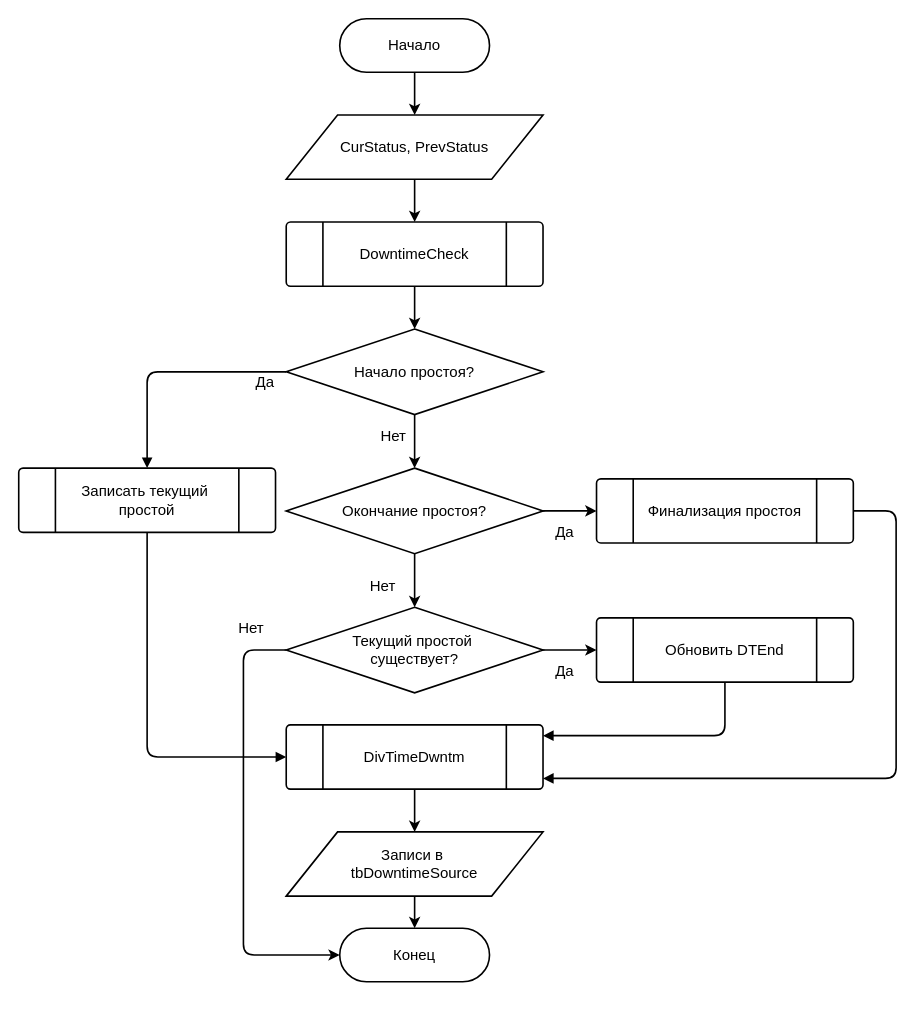
The draw.io diagram page "Page-3" (3 of 21) of diagrams/Untitled Diagram.drawio in KhasanovAMdev/MyDiagrams, before the edit. Source tidied: cells renumbered, new cells numbered last; positions are measured from the earlier drawing's top-left corner, leaving out a move shared by most shapes. Both pictures are drawn from the tidied source at 107%, with x=0, y=0 at pixel (18, 18).
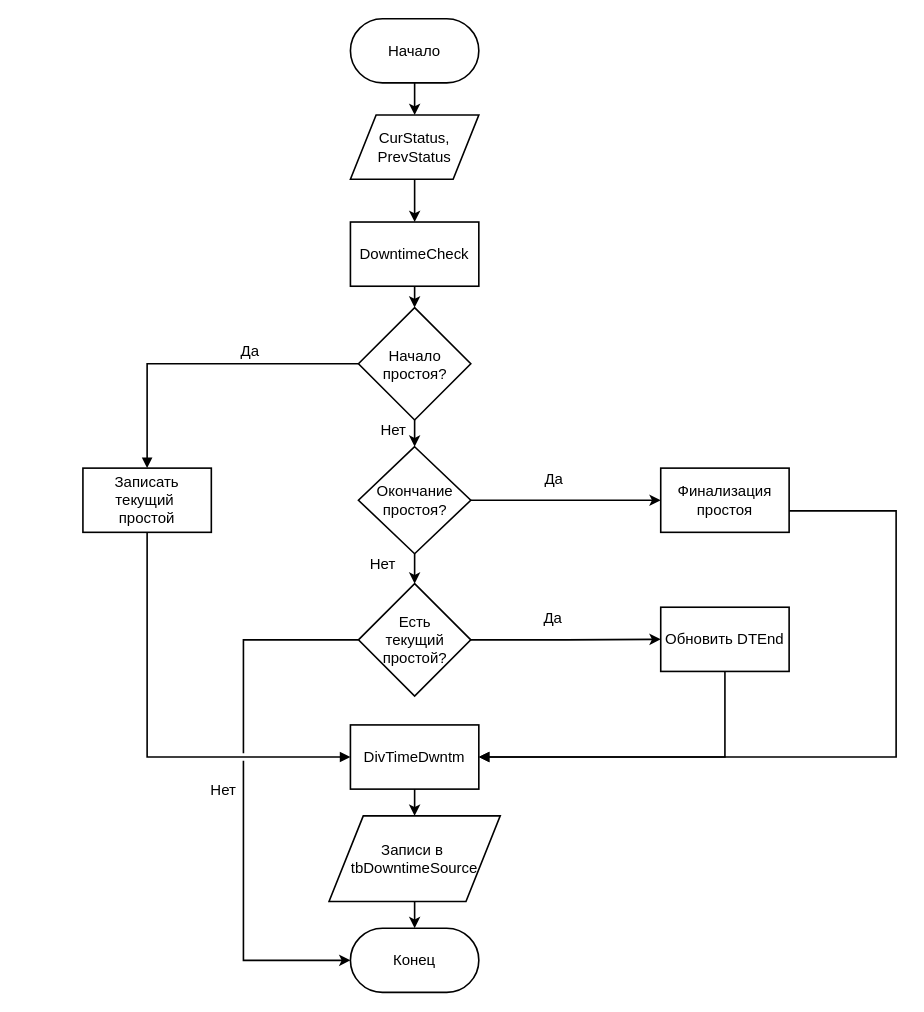
Above is the later version.

Diff of the diagram source:
```diff
@@
     <mxCell id="2" value="Начало" style="rounded=1;whiteSpace=wrap;html=1;arcSize=50;fillColor=#ffffff;strokeColor=#000000;strokeWidth=1.5;fontSize=14;" parent="1" vertex="1">
-      <mxGeometry x="300" width="140" height="50" as="geometry" />
+      <mxGeometry x="310" width="120" height="60" as="geometry" />
     </mxCell>
     <mxCell id="3" value="CurStatus, PrevStatus" style="shape=parallelogram;whiteSpace=wrap;html=1;fillColor=#ffffff;strokeColor=#000000;strokeWidth=1.5;fontSize=14;" parent="1" vertex="1">
-      <mxGeometry x="250" y="90" width="240" height="60" as="geometry" />
+      <mxGeometry x="310" y="90" width="120" height="60" as="geometry" />
     </mxCell>
-    <mxCell id="4" value="DowntimeCheck" style="shape=mxgraph.flowchart.predefined_process;whiteSpace=wrap;html=1;fillColor=#ffffff;strokeColor=#000000;strokeWidth=1.5;fontSize=14;" parent="1" vertex="1">
-      <mxGeometry x="250" y="190" width="240" height="60" as="geometry" />
+    <mxCell id="4" value="DowntimeCheck" style="shape=label;whiteSpace=wrap;html=1;fillColor=#ffffff;strokeColor=#000000;strokeWidth=1.5;fontSize=14;rounded=0;" parent="1" vertex="1">
+      <mxGeometry x="310" y="190" width="120" height="60" as="geometry" />
     </mxCell>
-    <mxCell id="5" value="Начало простоя?" style="rhombus;whiteSpace=wrap;html=1;fillColor=#ffffff;strokeColor=#000000;strokeWidth=1.5;fontSize=14;" parent="1" vertex="1">
-      <mxGeometry x="250" y="290" width="240" height="80" as="geometry" />
+    <mxCell id="5" value="Начало&lt;div&gt;простоя?&lt;/div&gt;" style="rhombus;whiteSpace=wrap;html=1;fillColor=#ffffff;strokeColor=#000000;strokeWidth=1.5;fontSize=14;" parent="1" vertex="1">
+      <mxGeometry x="317.5" y="270" width="105" height="105" as="geometry" />
     </mxCell>
-    <mxCell id="6" value="Записать текущий&amp;nbsp;&lt;div&gt;&lt;span style=&quot;background-color: transparent; color: light-dark(rgb(0, 0, 0), rgb(255, 255, 255));&quot;&gt;простой&lt;/span&gt;&lt;/div&gt;" style="shape=mxgraph.flowchart.predefined_process;whiteSpace=wrap;html=1;fillColor=#ffffff;strokeColor=#000000;strokeWidth=1.5;fontSize=14;" parent="1" vertex="1">
-      <mxGeometry y="420" width="240" height="60" as="geometry" />
+    <mxCell id="6" value="Записать текущий&amp;nbsp;&lt;div&gt;&lt;span style=&quot;background-color: transparent; color: light-dark(rgb(0, 0, 0), rgb(255, 255, 255));&quot;&gt;простой&lt;/span&gt;&lt;/div&gt;" style="shape=label;whiteSpace=wrap;html=1;fillColor=#ffffff;strokeColor=#000000;strokeWidth=1.5;fontSize=14;rounded=0;" parent="1" vertex="1">
+      <mxGeometry x="60" y="420" width="120" height="60" as="geometry" />
     </mxCell>
     <mxCell id="7" value="Окончание простоя?" style="rhombus;whiteSpace=wrap;html=1;fillColor=#ffffff;strokeColor=#000000;strokeWidth=1.5;fontSize=14;" parent="1" vertex="1">
-      <mxGeometry x="250" y="420" width="240" height="80" as="geometry" />
+      <mxGeometry x="317.5" y="400" width="105" height="100" as="geometry" />
     </mxCell>
-    <mxCell id="8" value="Финализация простоя" style="shape=mxgraph.flowchart.predefined_process;whiteSpace=wrap;html=1;fillColor=#ffffff;strokeColor=#000000;strokeWidth=1.5;fontSize=14;" parent="1" vertex="1">
-      <mxGeometry x="540" y="430" width="240" height="60" as="geometry" />
+    <mxCell id="8" value="Финализация простоя" style="shape=label;whiteSpace=wrap;html=1;fillColor=#ffffff;strokeColor=#000000;strokeWidth=1.5;fontSize=14;rounded=0;" parent="1" vertex="1">
+      <mxGeometry x="600" y="420" width="120" height="60" as="geometry" />
     </mxCell>
-    <mxCell id="9" value="Текущий простой&amp;nbsp;&lt;div&gt;существует?&lt;/div&gt;" style="rhombus;whiteSpace=wrap;html=1;fillColor=#ffffff;strokeColor=#000000;strokeWidth=1.5;fontSize=14;" parent="1" vertex="1">
-      <mxGeometry x="250" y="550" width="240" height="80" as="geometry" />
+    <mxCell id="9" value="Есть&lt;div&gt;текущий простой?&lt;/div&gt;" style="rhombus;html=1;fillColor=#ffffff;strokeColor=#000000;strokeWidth=1.5;fontSize=14;whiteSpace=wrap;" parent="1" vertex="1">
+      <mxGeometry x="317.5" y="528" width="105" height="105" as="geometry" />
     </mxCell>
-    <mxCell id="10" value="Обновить DTEnd" style="shape=mxgraph.flowchart.predefined_process;whiteSpace=wrap;html=1;fillColor=#ffffff;strokeColor=#000000;strokeWidth=1.5;fontSize=14;" parent="1" vertex="1">
-      <mxGeometry x="540" y="560" width="240" height="60" as="geometry" />
+    <mxCell id="10" value="Обновить DTEnd" style="shape=label;whiteSpace=wrap;html=1;fillColor=#ffffff;strokeColor=#000000;strokeWidth=1.5;fontSize=14;rounded=0;" parent="1" vertex="1">
+      <mxGeometry x="600" y="550" width="120" height="60" as="geometry" />
     </mxCell>
-    <mxCell id="11" value="DivTimeDwntm" style="shape=mxgraph.flowchart.predefined_process;whiteSpace=wrap;html=1;fillColor=#ffffff;strokeColor=#000000;strokeWidth=1.5;fontSize=14;" parent="1" vertex="1">
-      <mxGeometry x="250" y="660" width="240" height="60" as="geometry" />
+    <mxCell id="11" value="DivTimeDwntm" style="shape=label;whiteSpace=wrap;html=1;fillColor=#ffffff;strokeColor=#000000;strokeWidth=1.5;fontSize=14;rounded=0;" parent="1" vertex="1">
+      <mxGeometry x="310" y="660" width="120" height="60" as="geometry" />
     </mxCell>
     <mxCell id="12" value="Записи в&amp;nbsp;&lt;div&gt;tbDowntimeSource&lt;/div&gt;" style="shape=parallelogram;whiteSpace=wrap;html=1;fillColor=#ffffff;strokeColor=#000000;strokeWidth=1.5;fontSize=14;" parent="1" vertex="1">
-      <mxGeometry x="250" y="760" width="240" height="60" as="geometry" />
+      <mxGeometry x="290" y="745" width="160" height="80" as="geometry" />
     </mxCell>
     <mxCell id="13" value="Конец" style="rounded=1;whiteSpace=wrap;html=1;arcSize=50;fillColor=#ffffff;strokeColor=#000000;strokeWidth=1.5;fontSize=14;" parent="1" vertex="1">
-      <mxGeometry x="300" y="850" width="140" height="50" as="geometry" />
+      <mxGeometry x="310" y="850" width="120" height="60" as="geometry" />
     </mxCell>
-    <mxCell id="14" style="edgeStyle=orthogonalEdgeStyle;html=1;strokeWidth=1.5;endArrow=classic;fontSize=14;endFill=1;" parent="1" edge="1" source="2" target="3">
+    <mxCell id="14" style="edgeStyle=orthogonalEdgeStyle;rounded=0;html=1;strokeWidth=1.5;endArrow=classic;fontSize=14;endFill=1;" parent="1" edge="1" source="2" target="3">
       <mxGeometry relative="1" as="geometry" />
     </mxCell>
-    <mxCell id="15" style="edgeStyle=orthogonalEdgeStyle;html=1;strokeWidth=1.5;endArrow=classic;fontSize=14;endFill=1;" parent="1" edge="1" source="3" target="4">
+    <mxCell id="15" style="edgeStyle=orthogonalEdgeStyle;rounded=0;html=1;strokeWidth=1.5;endArrow=classic;fontSize=14;endFill=1;" parent="1" edge="1" source="3" target="4">
       <mxGeometry relative="1" as="geometry" />
     </mxCell>
-    <mxCell id="16" style="edgeStyle=orthogonalEdgeStyle;html=1;strokeWidth=1.5;endArrow=classic;fontSize=14;endFill=1;" parent="1" edge="1" source="4" target="5">
+    <mxCell id="16" style="edgeStyle=orthogonalEdgeStyle;rounded=0;html=1;strokeWidth=1.5;endArrow=classic;fontSize=14;endFill=1;" parent="1" edge="1" source="4" target="5">
       <mxGeometry relative="1" as="geometry" />
     </mxCell>
-    <mxCell id="17" value="Да" style="edgeStyle=orthogonalEdgeStyle;html=1;strokeWidth=1.5;endArrow=block;endFill=1;labelBackgroundColor=#ffffff;fontSize=14;" parent="1" edge="1" source="5" target="6">
+    <mxCell id="17" style="edgeStyle=orthogonalEdgeStyle;rounded=0;html=1;strokeWidth=1.5;endArrow=block;endFill=1;labelBackgroundColor=#ffffff;fontSize=14;" parent="1" edge="1" source="5" target="6">
       <mxGeometry x="-0.82" y="10" relative="1" as="geometry" />
     </mxCell>
+    <mxCell id="28" value="Да" style="edgeLabel;html=1;align=center;verticalAlign=middle;inheritText=1;fontSize=14;labelBackgroundColor=#ffffff;" parent="17" vertex="1">
+      <mxGeometry x="-0.31" y="2" relative="1" as="geometry">
+        <mxPoint y="-14" as="offset" />
+      </mxGeometry>
+    </mxCell>
-    <mxCell id="18" value="Нет" style="edgeStyle=orthogonalEdgeStyle;html=1;strokeWidth=1.5;endArrow=classic;labelBackgroundColor=#ffffff;fontSize=14;endFill=1;" parent="1" edge="1" source="5" target="7">
+    <mxCell id="18" value="Нет" style="edgeStyle=orthogonalEdgeStyle;rounded=0;html=1;strokeWidth=1.5;endArrow=classic;labelBackgroundColor=#ffffff;fontSize=14;endFill=1;" parent="1" edge="1" source="5" target="7">
       <mxGeometry x="-0.2" y="-20" relative="1" as="geometry" />
     </mxCell>
-    <mxCell id="19" value="Да" style="edgeStyle=orthogonalEdgeStyle;html=1;strokeWidth=1.5;endArrow=classic;labelBackgroundColor=#ffffff;fontSize=14;endFill=1;" parent="1" edge="1" source="7" target="8">
-      <mxGeometry x="-0.2" y="-20" relative="1" as="geometry" />
+    <mxCell id="19" value="Да" style="edgeStyle=orthogonalEdgeStyle;rounded=0;html=1;strokeWidth=1.5;endArrow=classic;labelBackgroundColor=#ffffff;fontSize=14;endFill=1;" parent="1" edge="1" source="7" target="8">
+      <mxGeometry x="-0.13" y="20" relative="1" as="geometry" />
     </mxCell>
-    <mxCell id="20" value="Нет" style="edgeStyle=orthogonalEdgeStyle;html=1;strokeWidth=1.5;endArrow=classic;labelBackgroundColor=#ffffff;fontSize=14;endFill=1;" parent="1" edge="1" source="7" target="9">
-      <mxGeometry x="0.2" y="-30" relative="1" as="geometry" />
+    <mxCell id="20" value="Нет" style="edgeStyle=orthogonalEdgeStyle;rounded=0;html=1;strokeWidth=1.5;endArrow=classic;labelBackgroundColor=#ffffff;fontSize=14;endFill=1;" parent="1" edge="1" source="7" target="9">
+      <mxGeometry x="-0.29" y="-30" relative="1" as="geometry" />
     </mxCell>
-    <mxCell id="21" style="edgeStyle=orthogonalEdgeStyle;html=1;strokeWidth=1.5;endArrow=block;endFill=1;fontSize=14;" parent="1" edge="1" source="6" target="11">
+    <mxCell id="21" style="edgeStyle=orthogonalEdgeStyle;rounded=0;html=1;strokeWidth=1.5;endArrow=block;endFill=1;fontSize=14;" parent="1" edge="1" source="6" target="11">
       <mxGeometry x="-0.03" relative="1" as="geometry">
         <Array as="points">
           <mxPoint x="120" y="690" />
         </Array>
       </mxGeometry>
     </mxCell>
-    <mxCell id="22" style="edgeStyle=orthogonalEdgeStyle;html=1;strokeWidth=1.5;endArrow=block;endFill=1;fontSize=14;" parent="1" edge="1" source="8" target="11">
+    <mxCell id="22" style="edgeStyle=orthogonalEdgeStyle;rounded=0;html=1;strokeWidth=1.5;endArrow=block;endFill=1;fontSize=14;" parent="1" edge="1" source="8" target="11">
       <mxGeometry x="-0.01" relative="1" as="geometry">
         <Array as="points">
           <mxPoint x="820" y="460" />
-          <mxPoint x="820" y="710" />
+          <mxPoint x="820" y="690" />
         </Array>
       </mxGeometry>
     </mxCell>
-    <mxCell id="23" value="Да" style="edgeStyle=orthogonalEdgeStyle;html=1;strokeWidth=1.5;endArrow=classic;labelBackgroundColor=#ffffff;fontSize=14;endFill=1;" parent="1" edge="1" source="9" target="10">
-      <mxGeometry x="-0.2" y="-20" relative="1" as="geometry" />
+    <mxCell id="23" value="Да" style="edgeStyle=orthogonalEdgeStyle;rounded=0;html=1;strokeWidth=1.5;endArrow=classic;labelBackgroundColor=#ffffff;fontSize=14;endFill=1;" parent="1" edge="1" source="9" target="10">
+      <mxGeometry x="-0.13" y="20" relative="1" as="geometry">
+        <mxPoint x="-1" y="-1" as="offset" />
+      </mxGeometry>
     </mxCell>
-    <mxCell id="24" value="Нет" style="edgeStyle=orthogonalEdgeStyle;html=1;strokeWidth=1.5;endArrow=classic;labelBackgroundColor=#ffffff;fontSize=14;endFill=1;entryX=0;entryY=0.5;entryDx=0;entryDy=0;" parent="1" edge="1" source="9" target="13">
+    <mxCell id="24" style="edgeStyle=orthogonalEdgeStyle;rounded=0;html=1;strokeWidth=1.5;endArrow=classic;labelBackgroundColor=#ffffff;fontSize=14;endFill=1;entryX=0;entryY=0.5;entryDx=0;entryDy=0;jumpStyle=gap;" parent="1" edge="1" source="9" target="13">
       <mxGeometry x="-0.84" y="-20" relative="1" as="geometry">
         <Array as="points">
-          <mxPoint x="210" y="590" />
-          <mxPoint x="210" y="875" />
+          <mxPoint x="210" y="580" />
+          <mxPoint x="210" y="880" />
         </Array>
       </mxGeometry>
     </mxCell>
+    <mxCell id="29" value="Нет" style="edgeLabel;html=1;align=center;verticalAlign=middle;inheritText=1;fontSize=14;labelBackgroundColor=#ffffff;" parent="24" vertex="1">
+      <mxGeometry x="-0.21" relative="1" as="geometry">
+        <mxPoint x="-20" y="47" as="offset" />
+      </mxGeometry>
+    </mxCell>
-    <mxCell id="25" style="edgeStyle=orthogonalEdgeStyle;html=1;strokeWidth=1.5;endArrow=block;endFill=1;fontSize=14;exitX=0.5;exitY=1;exitDx=0;exitDy=0;exitPerimeter=0;" parent="1" edge="1" source="10" target="11">
+    <mxCell id="25" style="edgeStyle=orthogonalEdgeStyle;rounded=0;html=1;strokeWidth=1.5;endArrow=block;endFill=1;fontSize=14;exitX=0.5;exitY=1;exitDx=0;exitDy=0;exitPerimeter=0;" parent="1" edge="1" source="10" target="11">
       <mxGeometry x="-0.2" relative="1" as="geometry">
         <Array as="points">
-          <mxPoint x="660" y="670" />
+          <mxPoint x="660" y="690" />
         </Array>
       </mxGeometry>
     </mxCell>
-    <mxCell id="26" style="edgeStyle=orthogonalEdgeStyle;html=1;strokeWidth=1.5;endArrow=classic;fontSize=14;endFill=1;" parent="1" edge="1" source="11" target="12">
+    <mxCell id="26" style="edgeStyle=orthogonalEdgeStyle;rounded=0;html=1;strokeWidth=1.5;endArrow=classic;fontSize=14;endFill=1;" parent="1" edge="1" source="11" target="12">
       <mxGeometry relative="1" as="geometry" />
     </mxCell>
-    <mxCell id="27" style="edgeStyle=orthogonalEdgeStyle;html=1;strokeWidth=1.5;endArrow=classic;fontSize=14;endFill=1;" parent="1" edge="1" source="12" target="13">
+    <mxCell id="27" style="edgeStyle=orthogonalEdgeStyle;rounded=0;html=1;strokeWidth=1.5;endArrow=classic;fontSize=14;endFill=1;" parent="1" edge="1" source="12" target="13">
       <mxGeometry relative="1" as="geometry" />
     </mxCell>
```
